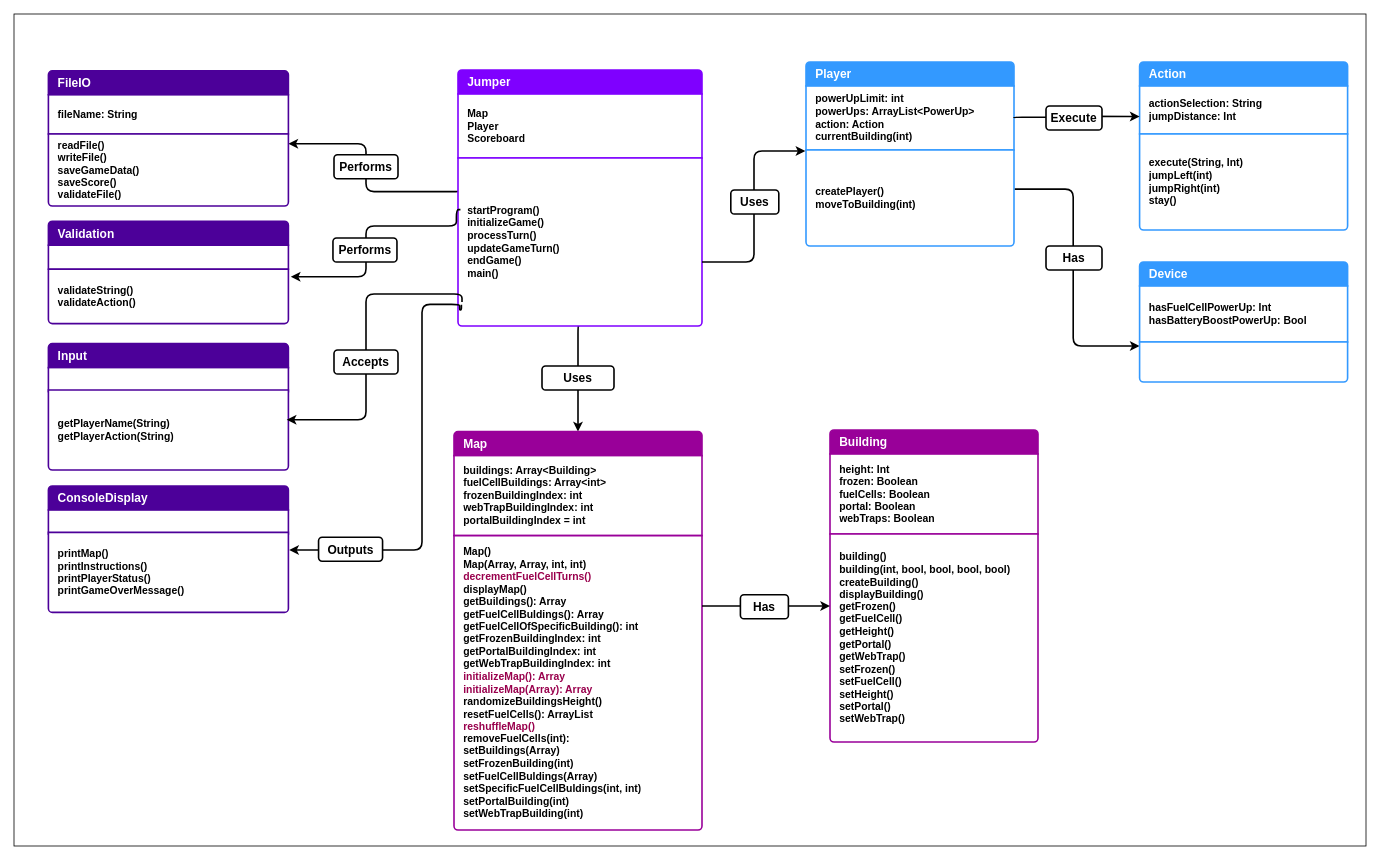
Earlier version of the draw.io diagram Java Programming/Assignment Java Jumper/doc/ClassDiagram.drawio (ByteToBits/CompScience). Source tidied: cells renumbered, new cells numbered last; positions are measured from the earlier drawing's top-left corner, leaving out a move shared by most shapes. Both pictures are drawn from the tidied source at 80%, with x=0, y=0 at pixel (14, 14).
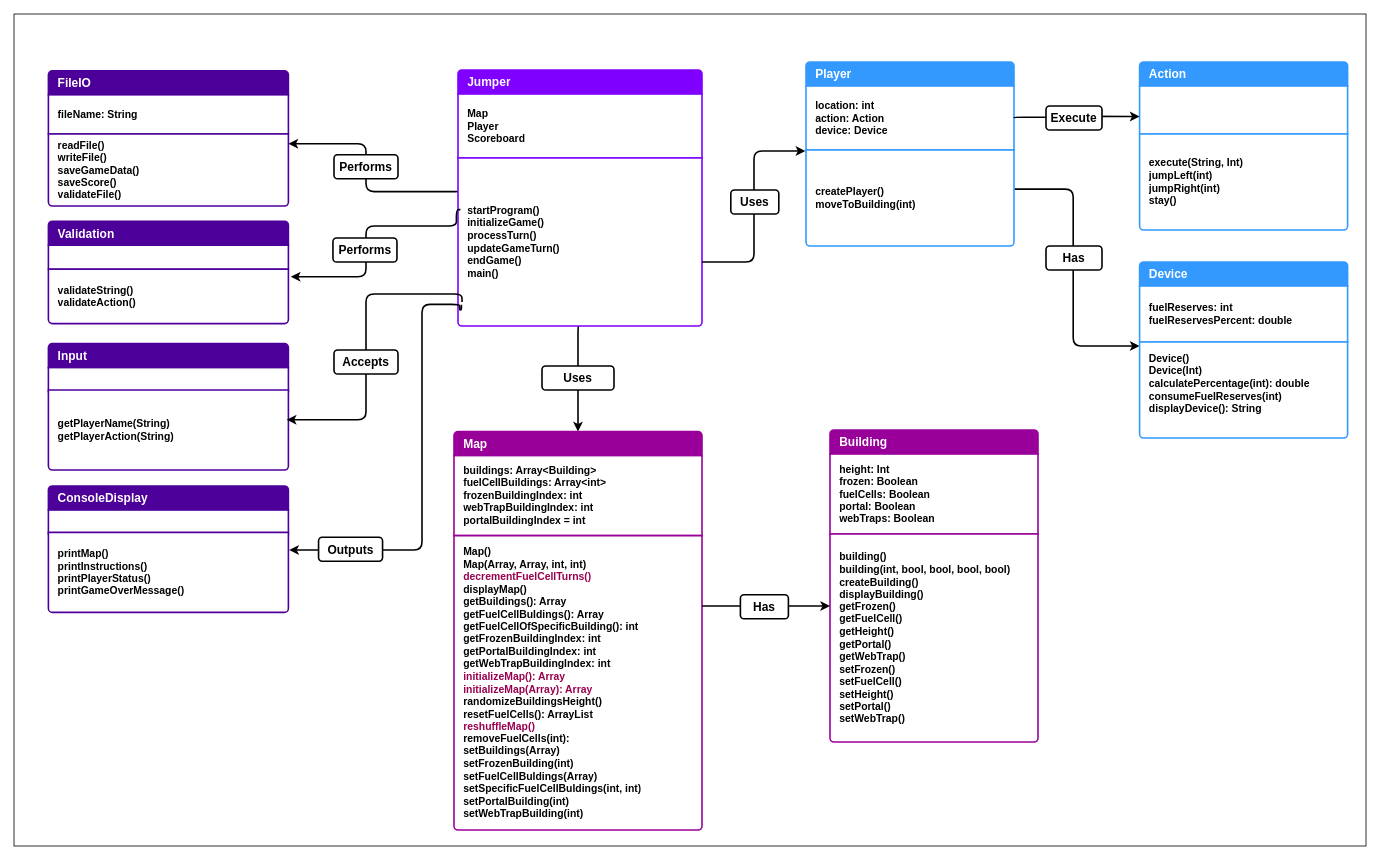
Above is the later version.

Unchanged cells that the change refers to:
```xml
<mxCell id="25" style="swimlane;fontStyle=1;horizontal=1;startSize=0;whiteSpace=wrap;html=1;strokeColor=none;fillColor=none;strokeWidth=2;labelPadding=0;labelBorderColor=none;fontSize=13;shadow=0;perimeterSpacing=0;swimlaneLine=0;" parent="1" vertex="1">
  <mxGeometry x="990" y="60" width="260" height="230" as="geometry" />
</mxCell>
<mxCell id="35" style="swimlane;fontStyle=1;horizontal=1;startSize=0;whiteSpace=wrap;html=1;strokeColor=none;fillColor=none;strokeWidth=2;labelPadding=0;labelBorderColor=none;fontSize=13;shadow=0;perimeterSpacing=0;swimlaneLine=0;" parent="1" vertex="1">
  <mxGeometry x="1407" y="60" width="260" height="210" as="geometry" />
</mxCell>
```

Change to the diagram source:
```diff
@@
-    <mxCell id="27" value="&lt;div&gt;powerUpLimit: int&lt;/div&gt;powerUps: ArrayList&amp;lt;PowerUp&amp;gt;&amp;nbsp;&lt;div&gt;action: Action&lt;/div&gt;&lt;div&gt;currentBuilding(int)&lt;/div&gt;" style="text;strokeColor=#3399ff;fillColor=#FFFFFF;align=left;verticalAlign=middle;spacingLeft=10;spacingRight=10;overflow=hidden;points=[[0,0.5],[1,0.5]];portConstraint=eastwest;whiteSpace=wrap;html=1;rSize=5;fontColor=#000000;strokeWidth=2;labelPadding=0;labelBorderColor=none;fontSize=13;fontStyle=1;shadow=0;perimeterSpacing=0;swimlaneLine=0;" parent="25" vertex="1">
+    <mxCell id="27" value="&lt;div&gt;location: int&lt;/div&gt;&lt;div&gt;action: Action&lt;/div&gt;&lt;div&gt;device: Device&lt;/div&gt;" style="text;strokeColor=#3399ff;fillColor=#FFFFFF;align=left;verticalAlign=middle;spacingLeft=10;spacingRight=10;overflow=hidden;points=[[0,0.5],[1,0.5]];portConstraint=eastwest;whiteSpace=wrap;html=1;rSize=5;fontColor=#000000;strokeWidth=2;labelPadding=0;labelBorderColor=none;fontSize=13;fontStyle=1;shadow=0;perimeterSpacing=0;swimlaneLine=0;" parent="25" vertex="1">
       <mxGeometry y="30" width="260" height="80" as="geometry" />
     </mxCell>
@@
-    <mxCell id="37" value="actionSelection: String&lt;div&gt;jumpDistance: Int&lt;/div&gt;" style="text;strokeColor=#3399ff;fillColor=#FFFFFF;align=left;verticalAlign=middle;spacingLeft=10;spacingRight=10;overflow=hidden;whiteSpace=wrap;html=1;rSize=5;fontColor=#000000;strokeWidth=2;labelPadding=0;labelBorderColor=none;fontSize=13;fontStyle=1;shadow=0;perimeterSpacing=0;swimlaneLine=0;" parent="35" vertex="1">
+    <mxCell id="37" style="text;strokeColor=#3399ff;fillColor=#FFFFFF;align=left;verticalAlign=middle;spacingLeft=10;spacingRight=10;overflow=hidden;whiteSpace=wrap;html=1;rSize=5;fontColor=#000000;strokeWidth=2;labelPadding=0;labelBorderColor=none;fontSize=13;fontStyle=1;shadow=0;perimeterSpacing=0;swimlaneLine=0;" parent="35" vertex="1">
       <mxGeometry y="30" width="260" height="60" as="geometry" />
     </mxCell>
@@
-    <mxCell id="51" value="hasFuelCellPowerUp: Int&lt;div&gt;hasBatteryBoostPowerUp: Bool&lt;/div&gt;" style="text;strokeColor=#3399ff;fillColor=#FFFFFF;align=left;verticalAlign=middle;spacingLeft=10;spacingRight=10;overflow=hidden;whiteSpace=wrap;html=1;rSize=5;fontColor=#000000;strokeWidth=2;labelPadding=0;labelBorderColor=none;fontSize=13;fontStyle=1;shadow=0;perimeterSpacing=0;swimlaneLine=0;" parent="1" vertex="1">
+    <mxCell id="51" value="fuelReserves: int&lt;div&gt;fuelReservesPercent: double&lt;/div&gt;" style="text;strokeColor=#3399ff;fillColor=#FFFFFF;align=left;verticalAlign=middle;spacingLeft=10;spacingRight=10;overflow=hidden;whiteSpace=wrap;html=1;rSize=5;fontColor=#000000;strokeWidth=2;labelPadding=0;labelBorderColor=none;fontSize=13;fontStyle=1;shadow=0;perimeterSpacing=0;swimlaneLine=0;" parent="1" vertex="1">
       <mxGeometry x="1407" y="340" width="260" height="70" as="geometry" />
     </mxCell>
-    <mxCell id="52" style="text;strokeColor=#3399ff;fillColor=#FFFFFF;align=left;verticalAlign=middle;spacingLeft=10;spacingRight=10;overflow=hidden;whiteSpace=wrap;html=1;shape=mxgraph.bootstrap.bottomButton;rSize=5;fontColor=#000000;strokeWidth=2;labelPadding=0;labelBorderColor=none;fontSize=13;fontStyle=1;shadow=0;perimeterSpacing=0;swimlaneLine=0;" parent="1" vertex="1">
-      <mxGeometry x="1407" y="410" width="260" height="50" as="geometry" />
+    <mxCell id="52" value="Device()&lt;div&gt;Device(Int)&lt;/div&gt;&lt;div&gt;calculatePercentage(int): double&lt;/div&gt;&lt;div&gt;consumeFuelReserves(int)&lt;/div&gt;&lt;div&gt;displayDevice(): String&lt;/div&gt;&lt;div&gt;&lt;br&gt;&lt;/div&gt;" style="text;strokeColor=#3399ff;fillColor=#FFFFFF;align=left;verticalAlign=middle;spacingLeft=10;spacingRight=10;overflow=hidden;whiteSpace=wrap;html=1;shape=mxgraph.bootstrap.bottomButton;rSize=5;fontColor=#000000;strokeWidth=2;labelPadding=0;labelBorderColor=none;fontSize=13;fontStyle=1;shadow=0;perimeterSpacing=0;swimlaneLine=0;" parent="1" vertex="1">
+      <mxGeometry x="1407" y="410" width="260" height="120" as="geometry" />
     </mxCell>
```
